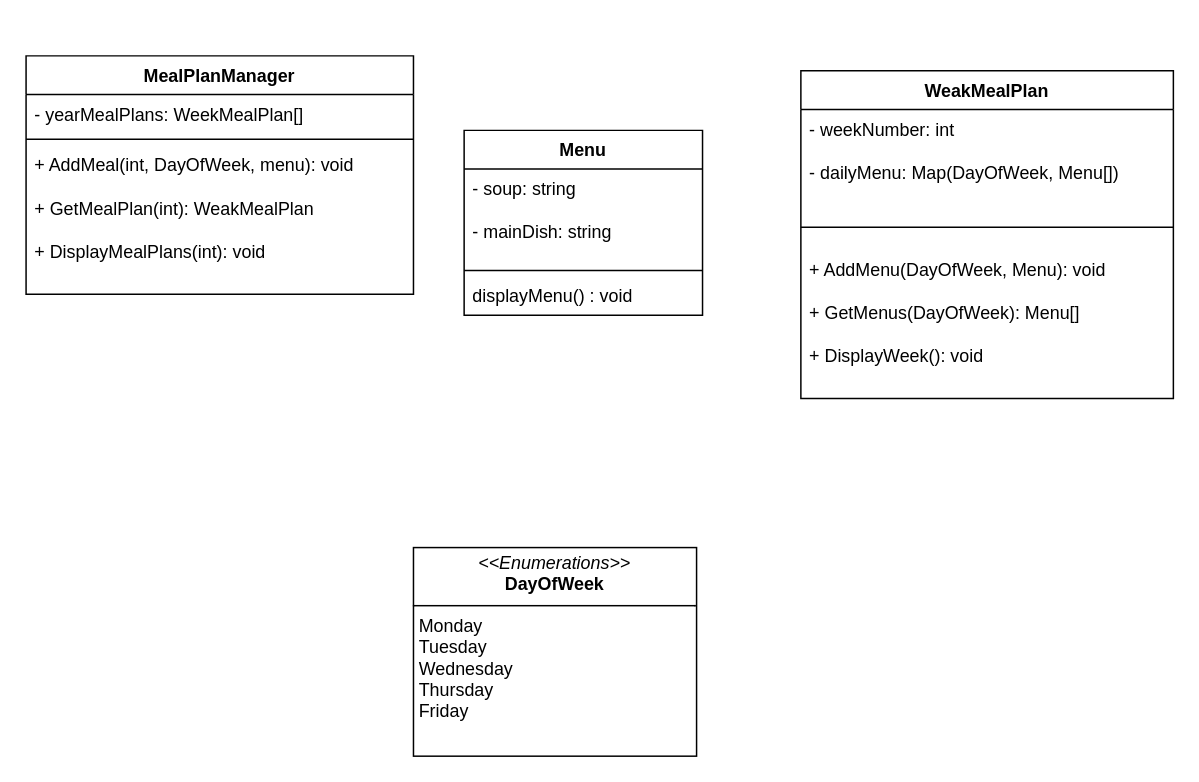
This is first_20.09.2024/Unbenanntes Diagramm.drawio from Kynhogat/sew_2024, a draw.io file, before an edit. Source tidied: cells renumbered, new cells numbered last; positions are measured from the earlier drawing's top-left corner, leaving out a move shared by most shapes. Both pictures are drawn from the tidied source at 149%, with x=0, y=0 at pixel (25, 55).
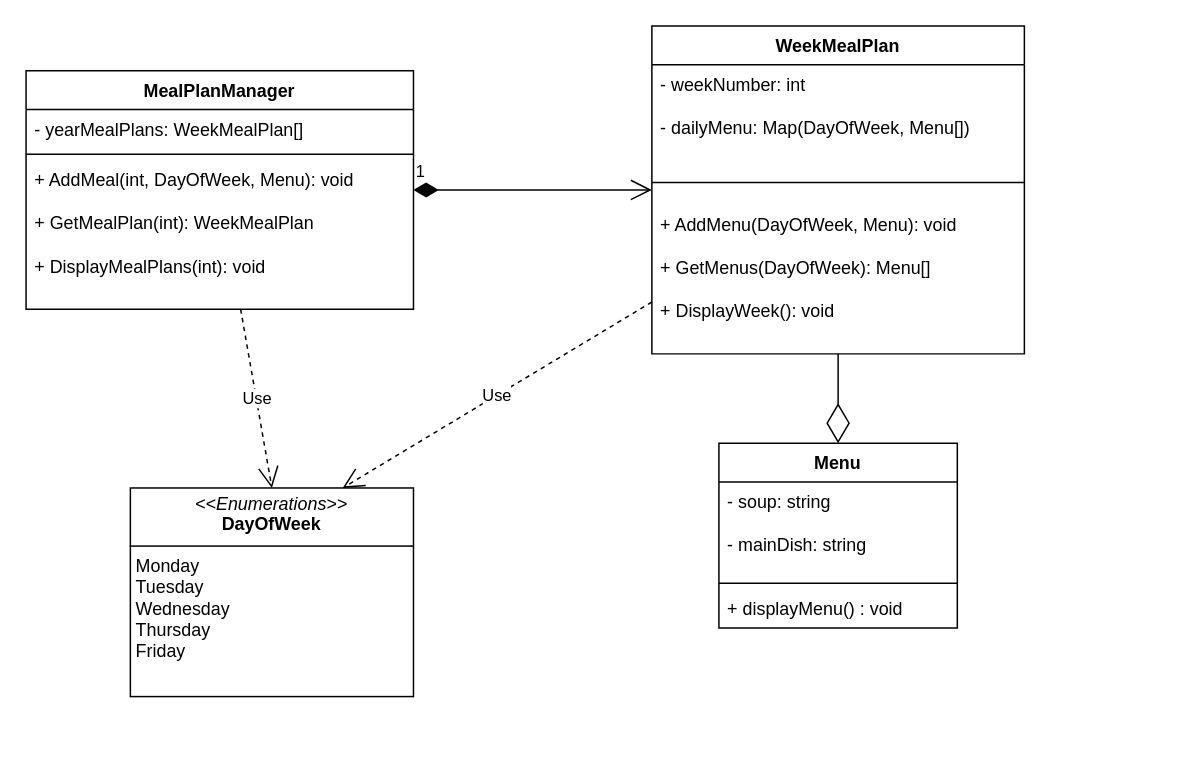
Above is the later version.

Change to the diagram source:
```diff
@@
 <mxGraphModel>
   <root>
     <mxCell id="0" />
     <mxCell id="1" parent="0" />
     <mxCell id="2" value="MealPlanManager" style="swimlane;fontStyle=1;align=center;verticalAlign=top;horizontal=1;startSize=26;whiteSpace=wrap;html=1;" parent="1" vertex="1">
-      <mxGeometry width="260" height="160" as="geometry" />
+      <mxGeometry y="10" width="260" height="160" as="geometry" />
     </mxCell>
     <mxCell id="3" value="- yearMealPlans: WeekMealPlan[]" style="text;strokeColor=none;fillColor=none;align=left;verticalAlign=top;spacingLeft=4;spacingRight=4;overflow=hidden;whiteSpace=wrap;html=1;" parent="2" vertex="1">
       <mxGeometry y="26" width="260" height="26" as="geometry" />
     </mxCell>
     <mxCell id="4" style="line;strokeWidth=1;fillColor=none;align=left;verticalAlign=middle;spacingTop=-1;spacingLeft=3;spacingRight=3;labelPosition=right;strokeColor=inherit;" parent="2" vertex="1">
       <mxGeometry y="52" width="260" height="8" as="geometry" />
     </mxCell>
-    <mxCell id="5" value="+ AddMeal(int, DayOfWeek, menu): void&lt;div&gt;&lt;br&gt;&lt;/div&gt;&lt;div&gt;+ GetMealPlan(int): WeakMealPlan&lt;/div&gt;&lt;div&gt;&lt;br&gt;&lt;/div&gt;&lt;div&gt;+ DisplayMealPlans(int): void&lt;/div&gt;" style="text;strokeColor=none;fillColor=none;align=left;verticalAlign=top;spacingLeft=4;spacingRight=4;overflow=hidden;whiteSpace=wrap;html=1;" parent="2" vertex="1">
+    <mxCell id="5" value="+ AddMeal(int, DayOfWeek, Menu): void&lt;div&gt;&lt;br&gt;&lt;/div&gt;&lt;div&gt;+ GetMealPlan(int): WeekMealPlan&lt;/div&gt;&lt;div&gt;&lt;br&gt;&lt;/div&gt;&lt;div&gt;+ DisplayMealPlans(int): void&lt;/div&gt;" style="text;strokeColor=none;fillColor=none;align=left;verticalAlign=top;spacingLeft=4;spacingRight=4;overflow=hidden;whiteSpace=wrap;html=1;" parent="2" vertex="1">
       <mxGeometry y="60" width="260" height="100" as="geometry" />
     </mxCell>
-    <mxCell id="6" value="WeakMealPlan" style="swimlane;fontStyle=1;align=center;verticalAlign=top;horizontal=1;startSize=26;whiteSpace=wrap;html=1;" parent="1" vertex="1">
-      <mxGeometry x="520" y="10" width="250" height="220" as="geometry" />
+    <mxCell id="6" value="WeekMealPlan" style="swimlane;fontStyle=1;align=center;verticalAlign=top;horizontal=1;startSize=26;whiteSpace=wrap;html=1;" parent="1" vertex="1">
+      <mxGeometry x="420" y="-20" width="250" height="220" as="geometry" />
     </mxCell>
     <mxCell id="7" value="- weekNumber: int&lt;div&gt;&lt;br&gt;&lt;/div&gt;&lt;div&gt;- dailyMenu: Map(DayOfWeek, Menu[])&lt;/div&gt;" style="text;strokeColor=none;fillColor=none;align=left;verticalAlign=top;spacingLeft=4;spacingRight=4;overflow=hidden;whiteSpace=wrap;html=1;" parent="6" vertex="1">
       <mxGeometry y="26" width="250" height="64" as="geometry" />
     </mxCell>
     <mxCell id="8" style="line;strokeWidth=1;fillColor=none;align=left;verticalAlign=middle;spacingTop=-1;spacingLeft=3;spacingRight=3;labelPosition=right;strokeColor=inherit;" parent="6" vertex="1">
       <mxGeometry y="90" width="250" height="30" as="geometry" />
     </mxCell>
     <mxCell id="9" value="+ AddMenu(DayOfWeek, Menu): void&lt;div&gt;&lt;br&gt;&lt;/div&gt;&lt;div&gt;+ GetMenus(DayOfWeek): Menu[]&lt;/div&gt;&lt;div&gt;&lt;br&gt;&lt;/div&gt;&lt;div&gt;+ DisplayWeek(): void&lt;/div&gt;" style="text;strokeColor=none;fillColor=none;align=left;verticalAlign=top;spacingLeft=4;spacingRight=4;overflow=hidden;whiteSpace=wrap;html=1;" parent="6" vertex="1">
       <mxGeometry y="120" width="250" height="100" as="geometry" />
     </mxCell>
     <mxCell id="10" value="Menu" style="swimlane;fontStyle=1;align=center;verticalAlign=top;horizontal=1;startSize=26;whiteSpace=wrap;html=1;" parent="1" vertex="1">
-      <mxGeometry x="294" y="50" width="160" height="124" as="geometry" />
+      <mxGeometry x="465" y="260" width="160" height="124" as="geometry" />
     </mxCell>
     <mxCell id="11" value="- soup: string&lt;div&gt;&lt;br&gt;&lt;/div&gt;&lt;div&gt;- mainDish: string&lt;/div&gt;" style="text;strokeColor=none;fillColor=none;align=left;verticalAlign=top;spacingLeft=4;spacingRight=4;overflow=hidden;whiteSpace=wrap;html=1;" parent="10" vertex="1">
       <mxGeometry y="26" width="160" height="64" as="geometry" />
     </mxCell>
     <mxCell id="12" style="line;strokeWidth=1;fillColor=none;align=left;verticalAlign=middle;spacingTop=-1;spacingLeft=3;spacingRight=3;labelPosition=right;strokeColor=inherit;" parent="10" vertex="1">
       <mxGeometry y="90" width="160" height="8" as="geometry" />
     </mxCell>
-    <mxCell id="13" value="displayMenu() : void" style="text;strokeColor=none;fillColor=none;align=left;verticalAlign=top;spacingLeft=4;spacingRight=4;overflow=hidden;whiteSpace=wrap;html=1;" parent="10" vertex="1">
+    <mxCell id="13" value="+ displayMenu() : void" style="text;strokeColor=none;fillColor=none;align=left;verticalAlign=top;spacingLeft=4;spacingRight=4;overflow=hidden;whiteSpace=wrap;html=1;" parent="10" vertex="1">
       <mxGeometry y="98" width="160" height="26" as="geometry" />
     </mxCell>
     <mxCell id="14" value="&lt;p style=&quot;margin:0px;margin-top:4px;text-align:center;&quot;&gt;&lt;i&gt;&amp;lt;&amp;lt;Enumerations&amp;gt;&amp;gt;&lt;/i&gt;&lt;br&gt;&lt;b&gt;DayOfWeek&lt;/b&gt;&lt;/p&gt;&lt;hr size=&quot;1&quot; style=&quot;border-style:solid;&quot;&gt;&lt;p style=&quot;margin:0px;margin-left:4px;&quot;&gt;Monday&lt;/p&gt;&lt;p style=&quot;margin:0px;margin-left:4px;&quot;&gt;Tuesday&lt;/p&gt;&lt;p style=&quot;margin:0px;margin-left:4px;&quot;&gt;Wednesday&lt;/p&gt;&lt;p style=&quot;margin:0px;margin-left:4px;&quot;&gt;Thursday&amp;nbsp;&lt;/p&gt;&lt;p style=&quot;margin:0px;margin-left:4px;&quot;&gt;Friday&lt;/p&gt;&lt;p style=&quot;margin:0px;margin-left:4px;&quot;&gt;&lt;br&gt;&lt;/p&gt;" style="verticalAlign=top;align=left;overflow=fill;html=1;whiteSpace=wrap;" parent="1" vertex="1">
-      <mxGeometry x="260" y="330" width="190" height="140" as="geometry" />
+      <mxGeometry x="70" y="290" width="190" height="140" as="geometry" />
     </mxCell>
+    <mxCell id="15" style="endArrow=diamondThin;endFill=0;endSize=24;html=1;rounded=0;entryX=0.5;entryY=0;entryDx=0;entryDy=0;" parent="1" edge="1" source="6" target="10">
+      <mxGeometry relative="1" as="geometry" />
+    </mxCell>
+    <mxCell id="16" value="Use" style="endArrow=open;endSize=12;dashed=1;html=1;rounded=0;entryX=0.5;entryY=0;entryDx=0;entryDy=0;" parent="1" edge="1" source="2" target="14">
+      <mxGeometry relative="1" as="geometry" />
+    </mxCell>
+    <mxCell id="17" value="Use" style="endArrow=open;endSize=12;dashed=1;html=1;rounded=0;entryX=0.75;entryY=0;entryDx=0;entryDy=0;" parent="1" edge="1" source="6" target="14">
+      <mxGeometry relative="1" as="geometry" />
+    </mxCell>
+    <mxCell id="18" value="1" style="endArrow=open;html=1;endSize=12;startArrow=diamondThin;startSize=14;startFill=1;edgeStyle=orthogonalEdgeStyle;align=left;verticalAlign=bottom;rounded=0;" parent="1" edge="1" source="2" target="6">
+      <mxGeometry x="-1" y="3" relative="1" as="geometry" />
+    </mxCell>
   </root>
 </mxGraphModel>
```
